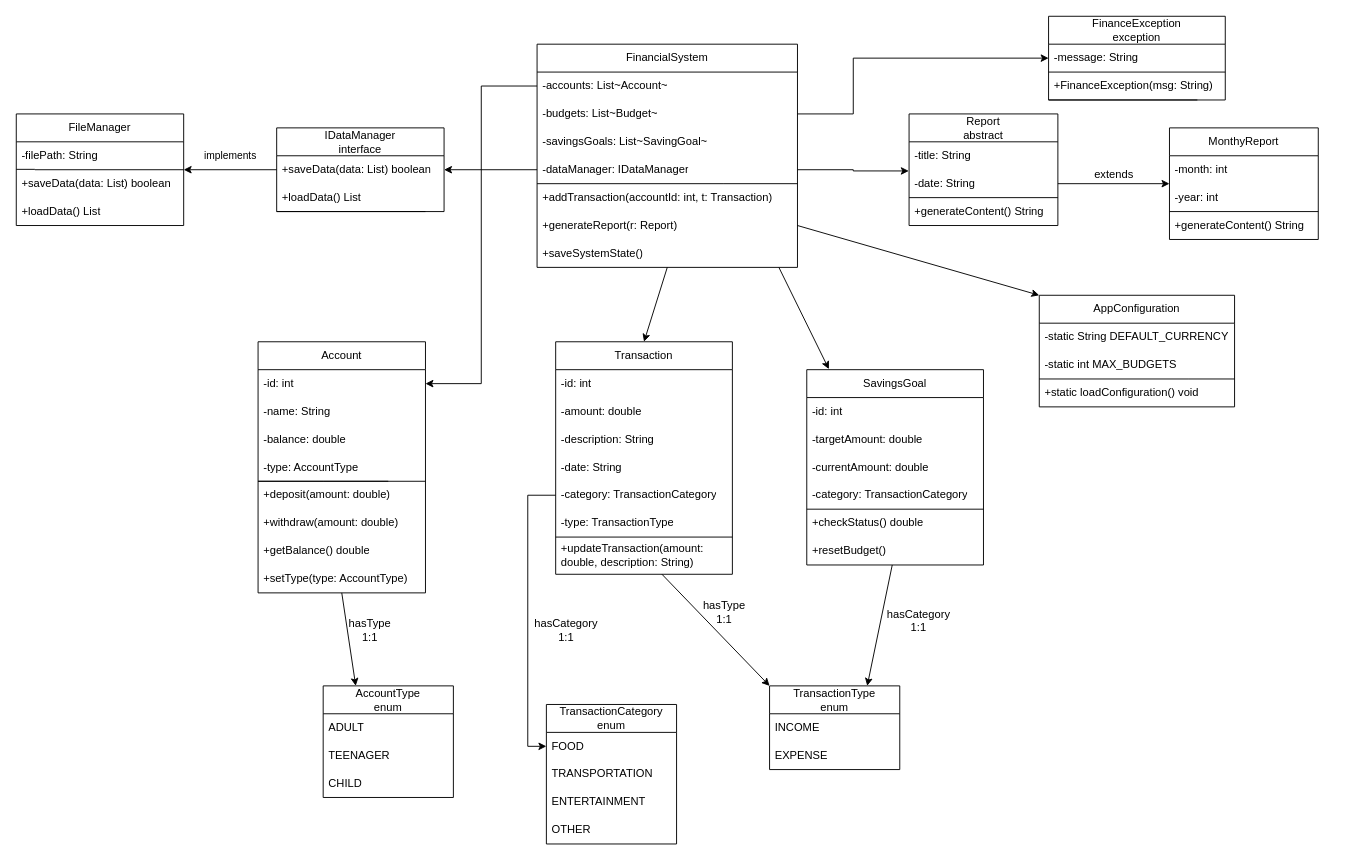
Earlier version of the draw.io diagram Docs/UML.drawio.xml (undeMalum/finance-manager). Source tidied: cells renumbered, new cells numbered last; positions are measured from the earlier drawing's top-left corner, leaving out a move shared by most shapes. Both pictures are drawn from the tidied source at 93%, with x=0, y=0 at pixel (16, 16).
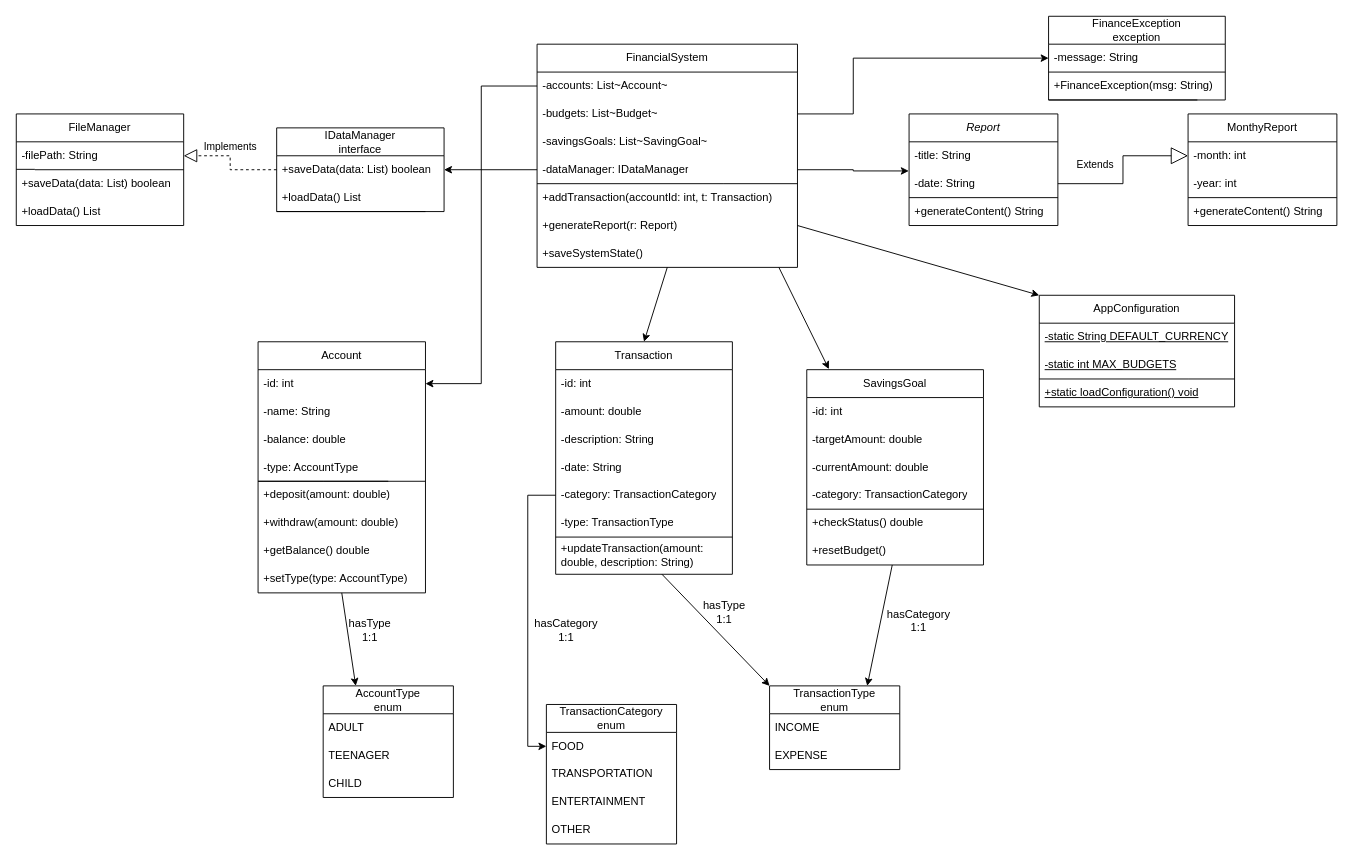
Above is the later version.

The change refers to these unchanged cells:
```xml
<mxCell id="38" value="-month: int" style="text;strokeColor=none;fillColor=none;align=left;verticalAlign=middle;spacingLeft=4;spacingRight=4;overflow=hidden;points=[[0,0.5],[1,0.5]];portConstraint=eastwest;whiteSpace=wrap;html=1;fontFamily=Helvetica;fontSize=12;fontColor=default;fontStyle=0;horizontal=1;" parent="37" vertex="1">
  <mxGeometry y="30" width="160" height="30" as="geometry" />
</mxCell>
<mxCell id="56" value="AppConfiguration" style="swimlane;fontStyle=0;horizontal=1;startSize=30;whiteSpace=wrap;html=1;strokeColor=default;align=center;verticalAlign=middle;fontFamily=Helvetica;fontSize=12;fontColor=default;fillColor=default;" parent="1" vertex="1">
  <mxGeometry x="1100" y="300" width="210" height="120" as="geometry" />
</mxCell>
<mxCell id="64" value="+saveData(data: List) boolean" style="text;strokeColor=none;fillColor=none;align=left;verticalAlign=middle;spacingLeft=4;spacingRight=4;overflow=hidden;points=[[0,0.5],[1,0.5]];portConstraint=eastwest;whiteSpace=wrap;html=1;fontFamily=Helvetica;fontSize=12;fontColor=default;fontStyle=0;horizontal=1;" parent="63" vertex="1">
  <mxGeometry y="30" width="180" height="30" as="geometry" />
</mxCell>
<mxCell id="67" value="FileManager" style="swimlane;fontStyle=0;horizontal=1;startSize=30;whiteSpace=wrap;html=1;strokeColor=default;align=center;verticalAlign=middle;fontFamily=Helvetica;fontSize=12;fontColor=default;fillColor=default;" parent="1" vertex="1">
  <mxGeometry y="105" width="180" height="120" as="geometry" />
</mxCell>
<mxCell id="68" value="-filePath: String" style="text;strokeColor=none;fillColor=none;align=left;verticalAlign=middle;spacingLeft=4;spacingRight=4;overflow=hidden;points=[[0,0.5],[1,0.5]];portConstraint=eastwest;whiteSpace=wrap;html=1;fontFamily=Helvetica;fontSize=12;fontColor=default;fontStyle=0;horizontal=1;" parent="67" vertex="1">
  <mxGeometry y="30" width="180" height="30" as="geometry" />
</mxCell>
<mxCell id="91" value="-date: String" style="text;strokeColor=none;fillColor=none;align=left;verticalAlign=middle;spacingLeft=4;spacingRight=4;overflow=hidden;points=[[0,0.5],[1,0.5]];portConstraint=eastwest;whiteSpace=wrap;html=1;fontFamily=Helvetica;fontSize=12;fontColor=default;fontStyle=0;horizontal=1;" parent="89" vertex="1">
  <mxGeometry y="60" width="160" height="30" as="geometry" />
</mxCell>
```

Change to the diagram source:
```diff
@@
     <mxCell id="37" value="MonthyReport" style="swimlane;fontStyle=0;horizontal=1;startSize=30;whiteSpace=wrap;html=1;strokeColor=default;align=center;verticalAlign=middle;fontFamily=Helvetica;fontSize=12;fontColor=default;fillColor=default;" parent="1" vertex="1">
-      <mxGeometry x="1240" y="120" width="160" height="120" as="geometry" />
+      <mxGeometry x="1260" y="105" width="160" height="120" as="geometry" />
     </mxCell>
@@
-    <mxCell id="57" value="-static String DEFAULT_CURRENCY" style="text;strokeColor=none;fillColor=none;align=left;verticalAlign=middle;spacingLeft=4;spacingRight=4;overflow=hidden;whiteSpace=wrap;html=1;fontFamily=Helvetica;fontSize=12;fontColor=default;fontStyle=0;horizontal=1;" parent="56" vertex="1">
+    <mxCell id="57" value="&lt;u&gt;-static String DEFAULT_CURRENCY&lt;/u&gt;" style="text;strokeColor=none;fillColor=none;align=left;verticalAlign=middle;spacingLeft=4;spacingRight=4;overflow=hidden;whiteSpace=wrap;html=1;fontFamily=Helvetica;fontSize=12;fontColor=default;fontStyle=0;horizontal=1;" parent="56" vertex="1">
       <mxGeometry y="30" width="210" height="30" as="geometry" />
     </mxCell>
-    <mxCell id="58" value="-static int MAX_BUDGETS" style="text;strokeColor=none;fillColor=none;align=left;verticalAlign=middle;spacingLeft=4;spacingRight=4;overflow=hidden;whiteSpace=wrap;html=1;fontFamily=Helvetica;fontSize=12;fontColor=default;fontStyle=0;horizontal=1;" parent="56" vertex="1">
+    <mxCell id="58" value="&lt;u&gt;-static int MAX_BUDGETS&lt;/u&gt;" style="text;strokeColor=none;fillColor=none;align=left;verticalAlign=middle;spacingLeft=4;spacingRight=4;overflow=hidden;whiteSpace=wrap;html=1;fontFamily=Helvetica;fontSize=12;fontColor=default;fontStyle=0;horizontal=1;" parent="56" vertex="1">
       <mxGeometry y="60" width="210" height="30" as="geometry" />
     </mxCell>
@@
-    <mxCell id="61" value="+static loadConfiguration() void" style="text;strokeColor=none;fillColor=none;align=left;verticalAlign=middle;spacingLeft=4;spacingRight=4;overflow=hidden;whiteSpace=wrap;html=1;fontFamily=Helvetica;fontSize=12;fontColor=default;fontStyle=0;horizontal=1;" parent="56" vertex="1">
+    <mxCell id="61" value="&lt;u&gt;+static loadConfiguration() void&lt;/u&gt;" style="text;strokeColor=none;fillColor=none;align=left;verticalAlign=middle;spacingLeft=4;spacingRight=4;overflow=hidden;whiteSpace=wrap;html=1;fontFamily=Helvetica;fontSize=12;fontColor=default;fontStyle=0;horizontal=1;" parent="56" vertex="1">
       <mxGeometry y="90" width="210" height="30" as="geometry" />
     </mxCell>
@@
-    <mxCell id="89" value="Report&lt;div&gt;abstract&lt;/div&gt;" style="swimlane;fontStyle=0;horizontal=1;startSize=30;whiteSpace=wrap;html=1;strokeColor=default;align=center;verticalAlign=middle;fontFamily=Helvetica;fontSize=12;fontColor=default;fillColor=default;" parent="1" vertex="1">
+    <mxCell id="89" value="&lt;i&gt;Report&lt;/i&gt;" style="swimlane;fontStyle=0;horizontal=1;startSize=30;whiteSpace=wrap;html=1;strokeColor=default;align=center;verticalAlign=middle;fontFamily=Helvetica;fontSize=12;fontColor=default;fillColor=default;" parent="1" vertex="1">
       <mxGeometry x="960" y="105" width="160" height="120" as="geometry" />
     </mxCell>
@@
-    <mxCell id="95" value="extends" style="edgeStyle=orthogonalEdgeStyle;rounded=0;jettySize=auto;html=1;exitX=1;exitY=0.5;exitDx=0;exitDy=0;entryX=0;entryY=0.5;entryDx=0;entryDy=0;fontSize=12;labelBackgroundColor=none;" parent="1" edge="1" source="91" target="37">
-      <mxGeometry y="10" relative="1" as="geometry" />
-    </mxCell>
@@
-    <mxCell id="97" value="implements" style="edgeStyle=orthogonalEdgeStyle;rounded=0;jettySize=auto;html=1;exitX=0;exitY=0.5;exitDx=0;exitDy=0;entryX=1;entryY=0.5;entryDx=0;entryDy=0;labelBackgroundColor=none;" parent="1" edge="1" source="64" target="67">
-      <mxGeometry y="-15" relative="1" as="geometry" />
-    </mxCell>
+    <mxCell id="98" value="Extends" style="endArrow=block;endSize=16;endFill=0;html=1;rounded=0;exitX=1;exitY=0.5;exitDx=0;exitDy=0;entryX=0;entryY=0.5;entryDx=0;entryDy=0;labelBackgroundColor=none;" parent="1" edge="1" source="91" target="38">
+      <mxGeometry x="-0.53" y="20" relative="1" as="geometry">
+        <Array as="points">
+          <mxPoint x="1190" y="180" />
+          <mxPoint x="1190" y="150" />
+        </Array>
+      </mxGeometry>
+    </mxCell>
+    <mxCell id="99" value="Implements" style="endArrow=block;dashed=1;endFill=0;endSize=12;html=1;rounded=0;exitX=0;exitY=0.5;exitDx=0;exitDy=0;entryX=1;entryY=0.5;entryDx=0;entryDy=0;" parent="1" edge="1" source="64" target="68">
+      <mxGeometry x="0.13" y="-10" relative="1" as="geometry">
+        <Array as="points">
+          <mxPoint x="230" y="165" />
+          <mxPoint x="230" y="150" />
+        </Array>
+      </mxGeometry>
+    </mxCell>
```
